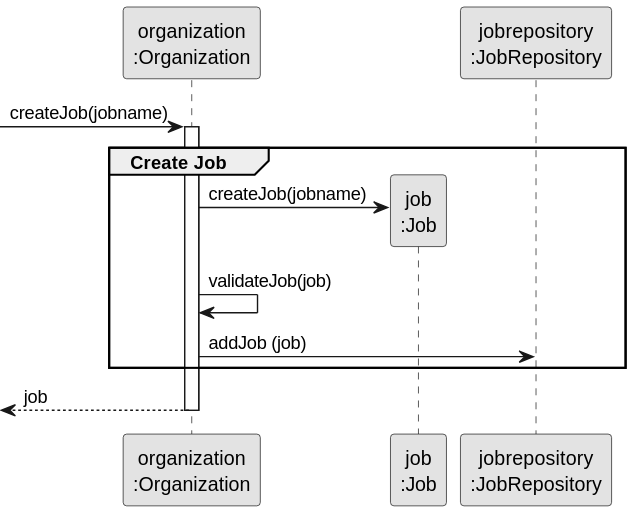
tiagosoa/lei-24-s2-1dgh-g073 keeps this PlantUML diagram as docs/sprint3/us002/03.design/svg/us002-sequence-diagram-partial-create-job.svg. Above is the earlier version.
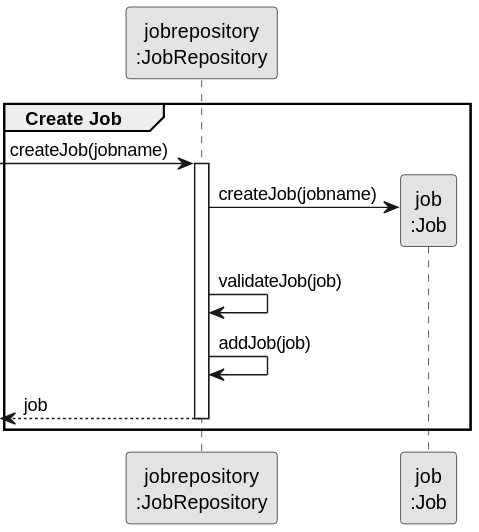
Above is the later version.

What changed in the source:
```diff
@@ -3,24 +3,28 @@
 skinparam packageStyle rectangle
 skinparam shadowing false
 
-participant "organization\n:Organization" as ORG
-participant "job\n:Job" as TAREFA
-participant "jobrepository\n:JobRepository" as SR
 
--> ORG: createJob(jobname)
+participant "jobrepository\n:JobRepository" as JR
+participant "job\n:Job" as TRABALHO
 
-activate ORG
     group Create Job
 
-        ORG -> TAREFA**: createJob(jobname)
-        ORG -> ORG: validateJob(job)
-        ORG -> SR: addJob (job)
+                    -> JR: createJob(jobname)
+                    activate JR
+
+                        JR -> TRABALHO**: createJob(jobname)
+
+                        JR -> JR: validateJob(job)
+
+                        JR -> JR: addJob(job)
+
+
+                        <-- JR  : job
+
+                    deactivate JR
 
 
 
 
     end
-
-    <-- ORG : job
-deactivate ORG
 @enduml
```
